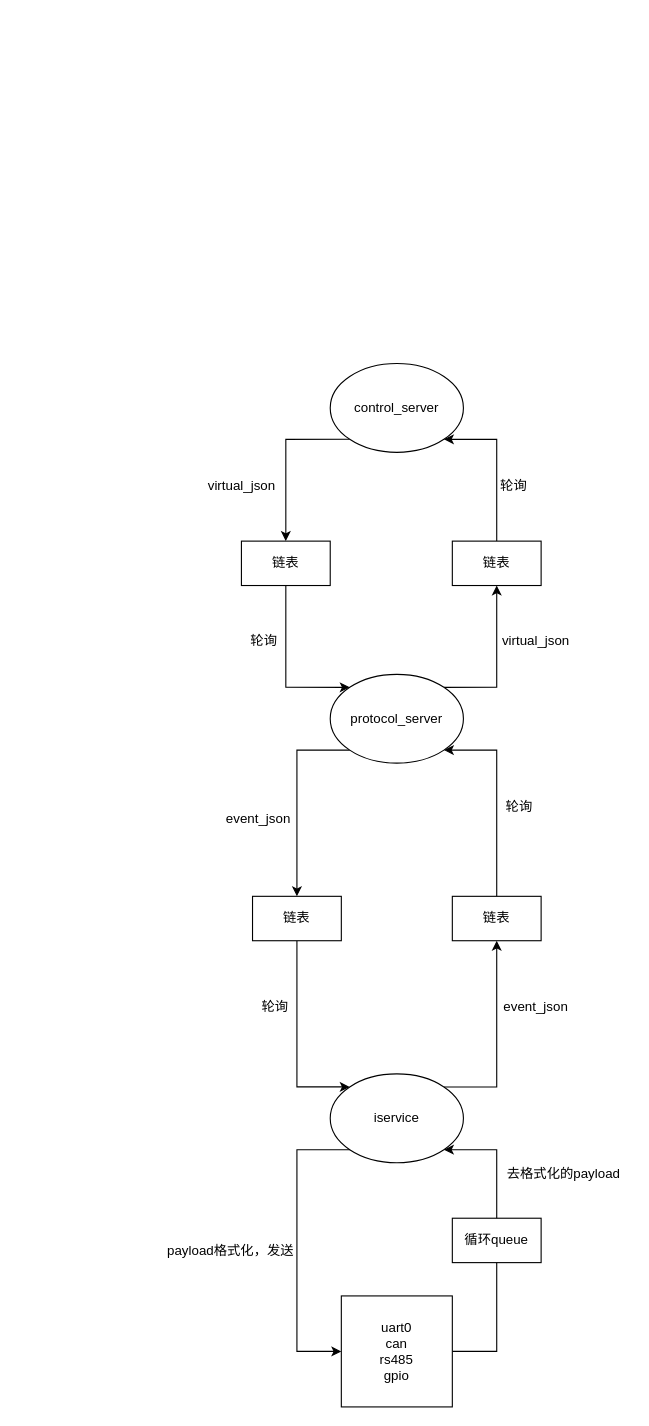
This is iservice2.0.drawio from zhangmeizhen/test2, a draw.io file, before an edit. Source tidied: cells renumbered, new cells numbered last; positions are measured from the earlier drawing's top-left corner, leaving out a move shared by most shapes. Both pictures are drawn from the tidied source at 111%, with x=0, y=0 at pixel (158, 363).
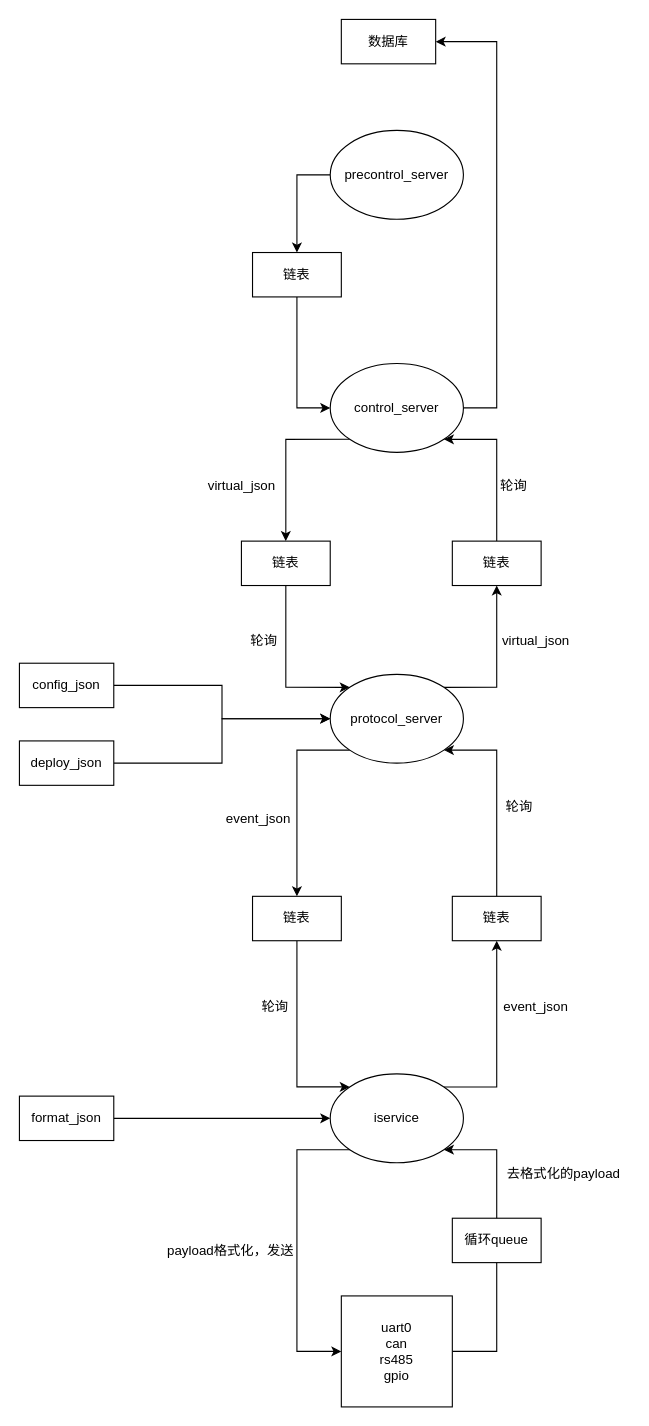
After the change.

Unchanged cells that the change refers to:
```xml
<mxCell id="4" value="iservice" style="ellipse;whiteSpace=wrap;html=1;" parent="1" vertex="1">
  <mxGeometry x="155" y="640" width="120" height="80" as="geometry" />
</mxCell>
<mxCell id="17" value="protocol_server" style="ellipse;whiteSpace=wrap;html=1;" parent="1" vertex="1">
  <mxGeometry x="155" y="280" width="120" height="80" as="geometry" />
</mxCell>
<mxCell id="22" value="&lt;span&gt;control_server&lt;/span&gt;" style="ellipse;whiteSpace=wrap;html=1;" parent="1" vertex="1">
  <mxGeometry x="155" width="120" height="80" as="geometry" />
</mxCell>
```

Diff of the diagram source:
```diff
@@
+    <mxCell id="31" style="edgeStyle=orthogonalEdgeStyle;rounded=0;jettySize=auto;html=1;entryX=1;entryY=0.5;entryDx=0;entryDy=0;" parent="1" edge="1" source="22" target="42">
+      <mxGeometry relative="1" as="geometry">
+        <Array as="points">
+          <mxPoint x="305" y="40" />
+          <mxPoint x="305" y="-290" />
+        </Array>
+      </mxGeometry>
+    </mxCell>
@@
+    <mxCell id="32" style="edgeStyle=orthogonalEdgeStyle;rounded=0;jettySize=auto;html=1;" parent="1" edge="1" source="33" target="17">
+      <mxGeometry relative="1" as="geometry" />
+    </mxCell>
+    <mxCell id="33" value="config_json" style="rounded=0;whiteSpace=wrap;html=1;" parent="1" vertex="1">
+      <mxGeometry x="-125" y="270" width="85" height="40" as="geometry" />
+    </mxCell>
+    <mxCell id="34" style="edgeStyle=orthogonalEdgeStyle;rounded=0;jettySize=auto;html=1;entryX=0;entryY=0.5;entryDx=0;entryDy=0;" parent="1" edge="1" source="35" target="17">
+      <mxGeometry relative="1" as="geometry" />
+    </mxCell>
+    <mxCell id="35" value="deploy_json" style="rounded=0;whiteSpace=wrap;html=1;" parent="1" vertex="1">
+      <mxGeometry x="-125" y="340" width="85" height="40" as="geometry" />
+    </mxCell>
+    <mxCell id="36" style="edgeStyle=orthogonalEdgeStyle;rounded=0;jettySize=auto;html=1;entryX=0;entryY=0.5;entryDx=0;entryDy=0;" parent="1" edge="1" source="37" target="4">
+      <mxGeometry relative="1" as="geometry" />
+    </mxCell>
+    <mxCell id="37" value="format_json" style="rounded=0;whiteSpace=wrap;html=1;" parent="1" vertex="1">
+      <mxGeometry x="-125" y="660" width="85" height="40" as="geometry" />
+    </mxCell>
+    <mxCell id="38" style="edgeStyle=orthogonalEdgeStyle;rounded=0;jettySize=auto;html=1;entryX=0.5;entryY=0;entryDx=0;entryDy=0;exitX=0;exitY=0.5;exitDx=0;exitDy=0;" parent="1" edge="1" source="39" target="41">
+      <mxGeometry relative="1" as="geometry" />
+    </mxCell>
+    <mxCell id="39" value="precontrol_server" style="ellipse;whiteSpace=wrap;html=1;" parent="1" vertex="1">
+      <mxGeometry x="155" y="-210" width="120" height="80" as="geometry" />
+    </mxCell>
+    <mxCell id="40" style="edgeStyle=orthogonalEdgeStyle;rounded=0;jettySize=auto;html=1;entryX=0;entryY=0.5;entryDx=0;entryDy=0;" parent="1" edge="1" source="41" target="22">
+      <mxGeometry relative="1" as="geometry">
+        <Array as="points">
+          <mxPoint x="125" y="40" />
+        </Array>
+      </mxGeometry>
+    </mxCell>
+    <mxCell id="41" value="链表" style="rounded=0;whiteSpace=wrap;html=1;" parent="1" vertex="1">
+      <mxGeometry x="85" y="-100" width="80" height="40" as="geometry" />
+    </mxCell>
+    <mxCell id="42" value="数据库" style="rounded=0;whiteSpace=wrap;html=1;" parent="1" vertex="1">
+      <mxGeometry x="165" y="-310" width="85" height="40" as="geometry" />
+    </mxCell>
```
